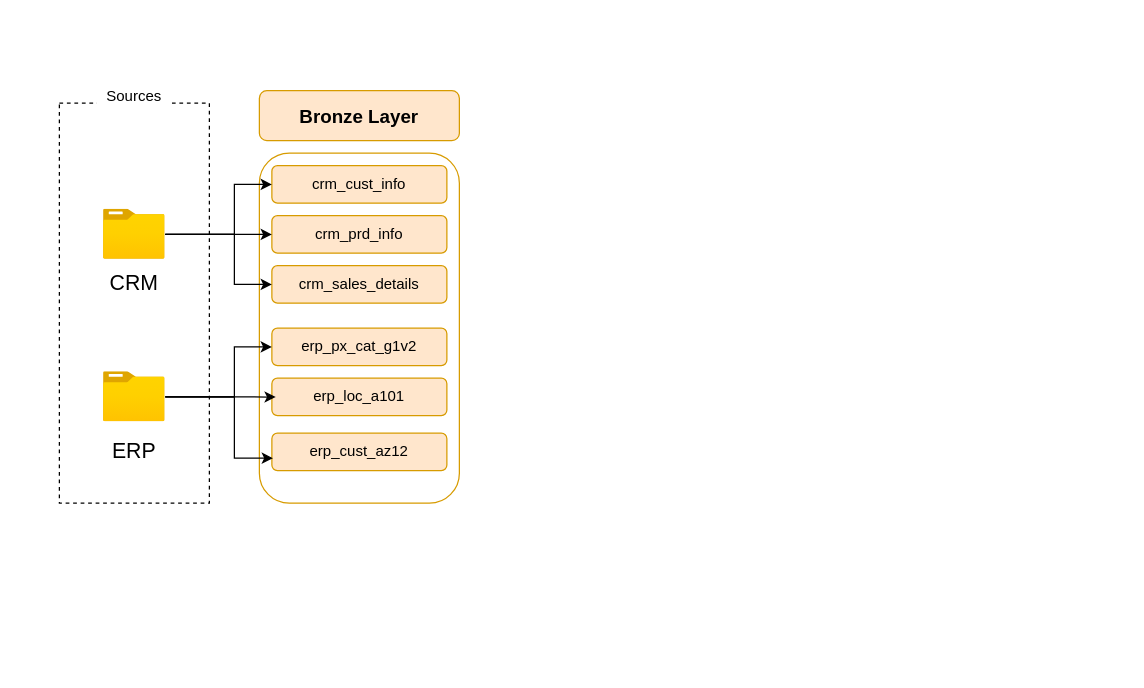
The draw.io diagram docs/Data flow.drawio in IMAD-0/Data-Warehouse-Project, before the edit. Source tidied: cells renumbered, new cells numbered last; positions are measured from the earlier drawing's top-left corner, leaving out a move shared by most shapes. Both pictures are drawn from the tidied source at 125%, with x=0, y=0 at pixel (59, 78).
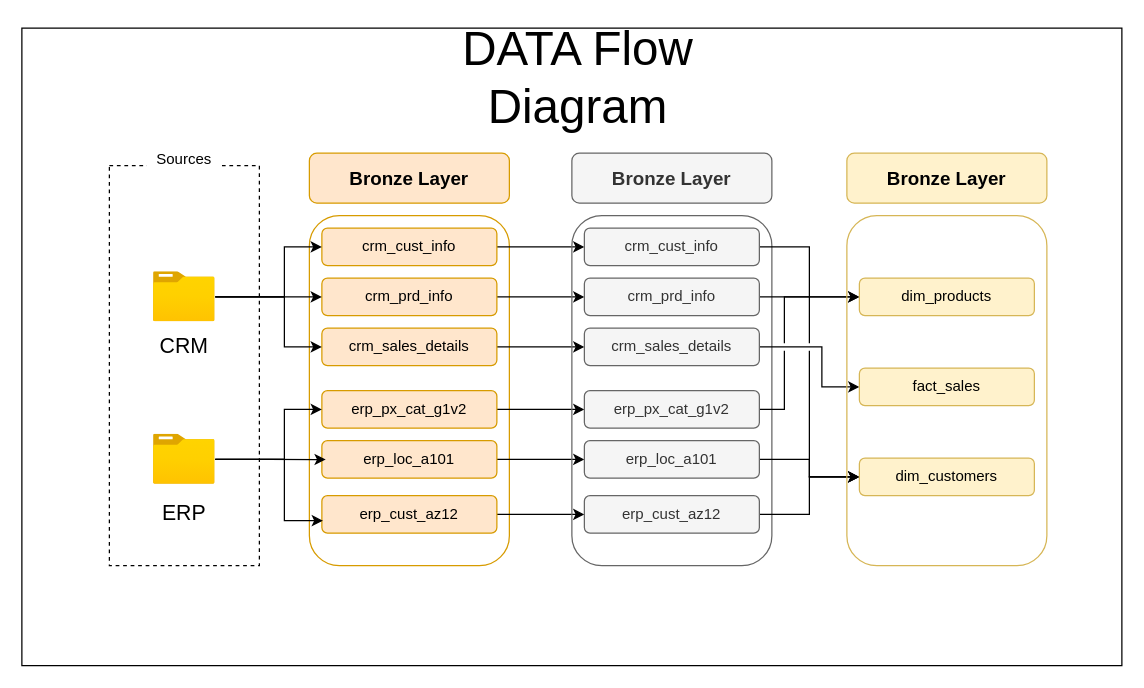
Above is the later version.

Commit message (it also covers changes not shown here):
Upload Gold Layer

Diff of the diagram source:
```diff
@@
+    <mxCell id="22" value="DATA Flow Diagram" style="text;html=1;whiteSpace=wrap;strokeColor=none;fillColor=none;align=center;verticalAlign=middle;rounded=0;fontSize=38;fontFamily=Sakkal Majalla;" parent="1" vertex="1">
+      <mxGeometry x="285" y="-20" width="260" height="40" as="geometry" />
+    </mxCell>
+    <mxCell id="23" style="group;" parent="1" vertex="1">
+      <mxGeometry x="40" y="50" width="750" height="340" as="geometry" />
+    </mxCell>
-    <mxCell id="2" style="rounded=0;whiteSpace=wrap;html=1;dashed=1;fillColor=none;" parent="1" vertex="1">
+    <mxCell id="2" style="rounded=0;whiteSpace=wrap;html=1;dashed=1;fillColor=none;" parent="23" vertex="1">
       <mxGeometry y="20" width="120" height="320" as="geometry" />
     </mxCell>
-    <mxCell id="3" value="Sources" style="text;html=1;whiteSpace=wrap;strokeColor=none;fillColor=default;align=center;verticalAlign=middle;rounded=0;" parent="1" vertex="1">
+    <mxCell id="3" value="Sources" style="text;html=1;whiteSpace=wrap;strokeColor=none;fillColor=default;align=center;verticalAlign=middle;rounded=0;" parent="23" vertex="1">
       <mxGeometry x="30" width="60" height="30" as="geometry" />
     </mxCell>
-    <mxCell id="4" style="rounded=1;whiteSpace=wrap;html=1;fillColor=none;strokeColor=#d79b00;" parent="1" vertex="1">
+    <mxCell id="4" style="rounded=1;whiteSpace=wrap;html=1;fillColor=none;strokeColor=#d79b00;" parent="23" vertex="1">
       <mxGeometry x="160" y="60" width="160" height="280" as="geometry" />
     </mxCell>
-    <mxCell id="5" value="Bronze Layer" style="rounded=1;whiteSpace=wrap;html=1;fillColor=#ffe6cc;strokeColor=#d79b00;fontSize=15;fontStyle=1;" parent="1" vertex="1">
+    <mxCell id="5" value="Bronze Layer" style="rounded=1;whiteSpace=wrap;html=1;fillColor=#ffe6cc;strokeColor=#d79b00;fontSize=15;fontStyle=1;" parent="23" vertex="1">
       <mxGeometry x="160" y="10" width="160" height="40" as="geometry" />
     </mxCell>
+    <mxCell id="24" style="edgeStyle=orthogonalEdgeStyle;rounded=0;jettySize=auto;html=1;entryX=0;entryY=0.5;entryDx=0;entryDy=0;" parent="23" edge="1" source="6" target="33">
+      <mxGeometry relative="1" as="geometry" />
+    </mxCell>
-    <mxCell id="6" value="crm_sales_details" style="rounded=1;whiteSpace=wrap;html=1;fillColor=#ffe6cc;strokeColor=#d79b00;fontSize=12;fontStyle=0;" parent="1" vertex="1">
+    <mxCell id="6" value="crm_sales_details" style="rounded=1;whiteSpace=wrap;html=1;fillColor=#ffe6cc;strokeColor=#d79b00;fontSize=12;fontStyle=0;" parent="23" vertex="1">
       <mxGeometry x="170" y="150" width="140" height="30" as="geometry" />
     </mxCell>
+    <mxCell id="25" style="edgeStyle=orthogonalEdgeStyle;rounded=0;jettySize=auto;html=1;entryX=0;entryY=0.5;entryDx=0;entryDy=0;" parent="23" edge="1" source="7" target="35">
+      <mxGeometry relative="1" as="geometry" />
+    </mxCell>
-    <mxCell id="7" value="erp_cust_az12" style="rounded=1;whiteSpace=wrap;html=1;fillColor=#ffe6cc;strokeColor=#d79b00;fontSize=12;fontStyle=0;" parent="1" vertex="1">
+    <mxCell id="7" value="erp_cust_az12" style="rounded=1;whiteSpace=wrap;html=1;fillColor=#ffe6cc;strokeColor=#d79b00;fontSize=12;fontStyle=0;" parent="23" vertex="1">
       <mxGeometry x="170" y="284" width="140" height="30" as="geometry" />
     </mxCell>
+    <mxCell id="26" style="edgeStyle=orthogonalEdgeStyle;rounded=0;jettySize=auto;html=1;entryX=0;entryY=0.5;entryDx=0;entryDy=0;" parent="23" edge="1" source="8" target="37">
+      <mxGeometry relative="1" as="geometry" />
+    </mxCell>
-    <mxCell id="8" value="erp_loc_a101" style="rounded=1;whiteSpace=wrap;html=1;fillColor=#ffe6cc;strokeColor=#d79b00;fontSize=12;fontStyle=0;" parent="1" vertex="1">
+    <mxCell id="8" value="erp_loc_a101" style="rounded=1;whiteSpace=wrap;html=1;fillColor=#ffe6cc;strokeColor=#d79b00;fontSize=12;fontStyle=0;" parent="23" vertex="1">
       <mxGeometry x="170" y="240" width="140" height="30" as="geometry" />
     </mxCell>
+    <mxCell id="27" style="edgeStyle=orthogonalEdgeStyle;rounded=0;jettySize=auto;html=1;entryX=0;entryY=0.5;entryDx=0;entryDy=0;" parent="23" edge="1" source="9" target="39">
+      <mxGeometry relative="1" as="geometry" />
+    </mxCell>
-    <mxCell id="9" value="erp_px_cat_g1v2" style="rounded=1;whiteSpace=wrap;html=1;fillColor=#ffe6cc;strokeColor=#d79b00;fontSize=12;fontStyle=0;" parent="1" vertex="1">
+    <mxCell id="9" value="erp_px_cat_g1v2" style="rounded=1;whiteSpace=wrap;html=1;fillColor=#ffe6cc;strokeColor=#d79b00;fontSize=12;fontStyle=0;" parent="23" vertex="1">
       <mxGeometry x="170" y="200" width="140" height="30" as="geometry" />
     </mxCell>
+    <mxCell id="28" style="edgeStyle=orthogonalEdgeStyle;rounded=0;jettySize=auto;html=1;entryX=0;entryY=0.5;entryDx=0;entryDy=0;" parent="23" edge="1" source="10" target="41">
+      <mxGeometry relative="1" as="geometry" />
+    </mxCell>
-    <mxCell id="10" value="crm_prd_info" style="rounded=1;whiteSpace=wrap;html=1;fillColor=#ffe6cc;strokeColor=#d79b00;fontSize=12;fontStyle=0;" parent="1" vertex="1">
+    <mxCell id="10" value="crm_prd_info" style="rounded=1;whiteSpace=wrap;html=1;fillColor=#ffe6cc;strokeColor=#d79b00;fontSize=12;fontStyle=0;" parent="23" vertex="1">
       <mxGeometry x="170" y="110" width="140" height="30" as="geometry" />
     </mxCell>
+    <mxCell id="29" style="edgeStyle=orthogonalEdgeStyle;rounded=0;jettySize=auto;html=1;" parent="23" edge="1" source="11" target="43">
+      <mxGeometry relative="1" as="geometry" />
+    </mxCell>
-    <mxCell id="11" value="crm_cust_info" style="rounded=1;whiteSpace=wrap;html=1;fillColor=#ffe6cc;strokeColor=#d79b00;fontSize=12;fontStyle=0;" parent="1" vertex="1">
+    <mxCell id="11" value="crm_cust_info" style="rounded=1;whiteSpace=wrap;html=1;fillColor=#ffe6cc;strokeColor=#d79b00;fontSize=12;fontStyle=0;" parent="23" vertex="1">
       <mxGeometry x="170" y="70" width="140" height="30" as="geometry" />
     </mxCell>
-    <mxCell id="12" style="edgeStyle=orthogonalEdgeStyle;rounded=0;jettySize=auto;html=1;" parent="1" edge="1" source="15" target="11">
+    <mxCell id="12" style="edgeStyle=orthogonalEdgeStyle;rounded=0;jettySize=auto;html=1;" parent="23" edge="1" source="15" target="11">
       <mxGeometry relative="1" as="geometry">
         <Array as="points">
           <mxPoint x="140" y="125" />
           <mxPoint x="140" y="85" />
         </Array>
       </mxGeometry>
     </mxCell>
-    <mxCell id="13" style="edgeStyle=orthogonalEdgeStyle;rounded=0;jettySize=auto;html=1;entryX=0;entryY=0.5;entryDx=0;entryDy=0;" parent="1" edge="1" source="15" target="10">
+    <mxCell id="13" style="edgeStyle=orthogonalEdgeStyle;rounded=0;jettySize=auto;html=1;entryX=0;entryY=0.5;entryDx=0;entryDy=0;" parent="23" edge="1" source="15" target="10">
       <mxGeometry relative="1" as="geometry" />
     </mxCell>
-    <mxCell id="14" style="edgeStyle=orthogonalEdgeStyle;rounded=0;jettySize=auto;html=1;entryX=0;entryY=0.5;entryDx=0;entryDy=0;" parent="1" edge="1" source="15" target="6">
+    <mxCell id="14" style="edgeStyle=orthogonalEdgeStyle;rounded=0;jettySize=auto;html=1;entryX=0;entryY=0.5;entryDx=0;entryDy=0;" parent="23" edge="1" source="15" target="6">
       <mxGeometry relative="1" as="geometry">
         <Array as="points">
           <mxPoint x="140" y="125" />
           <mxPoint x="140" y="165" />
         </Array>
       </mxGeometry>
     </mxCell>
-    <mxCell id="15" style="image;html=1;points=[];align=center;fontSize=12;image=img/lib/azure2/general/Folder_Blank.svg;" parent="1" vertex="1">
+    <mxCell id="15" style="image;html=1;points=[];align=center;fontSize=12;image=img/lib/azure2/general/Folder_Blank.svg;" parent="23" vertex="1">
       <mxGeometry x="35.4" y="105" width="49.3" height="40" as="geometry" />
     </mxCell>
-    <mxCell id="16" value="CRM" style="text;html=1;whiteSpace=wrap;strokeColor=none;fillColor=none;align=center;verticalAlign=middle;rounded=0;fontSize=17;" parent="1" vertex="1">
+    <mxCell id="16" value="CRM" style="text;html=1;whiteSpace=wrap;strokeColor=none;fillColor=none;align=center;verticalAlign=middle;rounded=0;fontSize=17;" parent="23" vertex="1">
       <mxGeometry x="30" y="150" width="60" height="30" as="geometry" />
     </mxCell>
-    <mxCell id="17" style="edgeStyle=orthogonalEdgeStyle;rounded=0;jettySize=auto;html=1;entryX=0;entryY=0.5;entryDx=0;entryDy=0;" parent="1" edge="1" source="18" target="9">
+    <mxCell id="17" style="edgeStyle=orthogonalEdgeStyle;rounded=0;jettySize=auto;html=1;entryX=0;entryY=0.5;entryDx=0;entryDy=0;" parent="23" edge="1" source="18" target="9">
       <mxGeometry relative="1" as="geometry">
         <Array as="points">
           <mxPoint x="140" y="255" />
           <mxPoint x="140" y="215" />
         </Array>
       </mxGeometry>
     </mxCell>
-    <mxCell id="18" style="image;html=1;points=[];align=center;fontSize=12;image=img/lib/azure2/general/Folder_Blank.svg;" parent="1" vertex="1">
+    <mxCell id="18" style="image;html=1;points=[];align=center;fontSize=12;image=img/lib/azure2/general/Folder_Blank.svg;" parent="23" vertex="1">
       <mxGeometry x="35.4" y="235" width="49.3" height="40" as="geometry" />
     </mxCell>
-    <mxCell id="19" value="ERP" style="text;html=1;whiteSpace=wrap;strokeColor=none;fillColor=none;align=center;verticalAlign=middle;rounded=0;fontSize=17;" parent="1" vertex="1">
+    <mxCell id="19" value="ERP" style="text;html=1;whiteSpace=wrap;strokeColor=none;fillColor=none;align=center;verticalAlign=middle;rounded=0;fontSize=17;" parent="23" vertex="1">
       <mxGeometry x="30" y="284" width="60" height="30" as="geometry" />
     </mxCell>
-    <mxCell id="20" style="edgeStyle=orthogonalEdgeStyle;rounded=0;jettySize=auto;html=1;entryX=0.022;entryY=0.504;entryDx=0;entryDy=0;entryPerimeter=0;" parent="1" edge="1" source="18" target="8">
+    <mxCell id="20" style="edgeStyle=orthogonalEdgeStyle;rounded=0;jettySize=auto;html=1;entryX=0.022;entryY=0.504;entryDx=0;entryDy=0;entryPerimeter=0;" parent="23" edge="1" source="18" target="8">
       <mxGeometry relative="1" as="geometry" />
     </mxCell>
-    <mxCell id="21" style="edgeStyle=orthogonalEdgeStyle;rounded=0;jettySize=auto;html=1;entryX=0.006;entryY=0.667;entryDx=0;entryDy=0;entryPerimeter=0;" parent="1" edge="1" source="18" target="7">
+    <mxCell id="21" style="edgeStyle=orthogonalEdgeStyle;rounded=0;jettySize=auto;html=1;entryX=0.006;entryY=0.667;entryDx=0;entryDy=0;entryPerimeter=0;" parent="23" edge="1" source="18" target="7">
       <mxGeometry relative="1" as="geometry">
         <Array as="points">
           <mxPoint x="140" y="255" />
           <mxPoint x="140" y="304" />
         </Array>
       </mxGeometry>
     </mxCell>
+    <mxCell id="30" style="rounded=1;whiteSpace=wrap;html=1;fillColor=none;strokeColor=#666666;fontColor=#333333;" parent="23" vertex="1">
+      <mxGeometry x="370" y="60" width="160" height="280" as="geometry" />
+    </mxCell>
+    <mxCell id="31" value="Bronze Layer" style="rounded=1;whiteSpace=wrap;html=1;fillColor=#f5f5f5;strokeColor=#666666;fontSize=15;fontStyle=1;fontColor=#333333;" parent="23" vertex="1">
+      <mxGeometry x="370" y="10" width="160" height="40" as="geometry" />
+    </mxCell>
+    <mxCell id="32" style="edgeStyle=orthogonalEdgeStyle;rounded=0;jettySize=auto;html=1;entryX=0;entryY=0.5;entryDx=0;entryDy=0;jumpStyle=gap;" parent="23" edge="1" source="33" target="46">
+      <mxGeometry relative="1" as="geometry">
+        <Array as="points">
+          <mxPoint x="570" y="165" />
+          <mxPoint x="570" y="197" />
+        </Array>
+      </mxGeometry>
+    </mxCell>
+    <mxCell id="33" value="crm_sales_details" style="rounded=1;whiteSpace=wrap;html=1;fillColor=#f5f5f5;strokeColor=#666666;fontSize=12;fontStyle=0;fontColor=#333333;" parent="23" vertex="1">
+      <mxGeometry x="380" y="150" width="140" height="30" as="geometry" />
+    </mxCell>
+    <mxCell id="34" style="edgeStyle=orthogonalEdgeStyle;rounded=0;jettySize=auto;html=1;entryX=0;entryY=0.5;entryDx=0;entryDy=0;jumpStyle=gap;" parent="23" edge="1" source="35" target="48">
+      <mxGeometry relative="1" as="geometry" />
+    </mxCell>
+    <mxCell id="35" value="erp_cust_az12" style="rounded=1;whiteSpace=wrap;html=1;fillColor=#f5f5f5;strokeColor=#666666;fontSize=12;fontStyle=0;fontColor=#333333;" parent="23" vertex="1">
+      <mxGeometry x="380" y="284" width="140" height="30" as="geometry" />
+    </mxCell>
+    <mxCell id="36" style="edgeStyle=orthogonalEdgeStyle;rounded=0;jettySize=auto;html=1;entryX=0;entryY=0.5;entryDx=0;entryDy=0;jumpStyle=gap;" parent="23" edge="1" source="37" target="48">
+      <mxGeometry relative="1" as="geometry" />
+    </mxCell>
+    <mxCell id="37" value="erp_loc_a101" style="rounded=1;whiteSpace=wrap;html=1;fillColor=#f5f5f5;strokeColor=#666666;fontSize=12;fontStyle=0;fontColor=#333333;" parent="23" vertex="1">
+      <mxGeometry x="380" y="240" width="140" height="30" as="geometry" />
+    </mxCell>
+    <mxCell id="38" style="edgeStyle=orthogonalEdgeStyle;rounded=0;jettySize=auto;html=1;entryX=0;entryY=0.5;entryDx=0;entryDy=0;jumpStyle=gap;" parent="23" edge="1" source="39" target="47">
+      <mxGeometry x="-0.08" relative="1" as="geometry">
+        <Array as="points">
+          <mxPoint x="540" y="215" />
+          <mxPoint x="540" y="125" />
+        </Array>
+      </mxGeometry>
+    </mxCell>
+    <mxCell id="39" value="erp_px_cat_g1v2" style="rounded=1;whiteSpace=wrap;html=1;fillColor=#f5f5f5;strokeColor=#666666;fontSize=12;fontStyle=0;fontColor=#333333;" parent="23" vertex="1">
+      <mxGeometry x="380" y="200" width="140" height="30" as="geometry" />
+    </mxCell>
+    <mxCell id="40" style="edgeStyle=orthogonalEdgeStyle;rounded=0;jettySize=auto;html=1;entryX=0;entryY=0.5;entryDx=0;entryDy=0;jumpStyle=gap;" parent="23" edge="1" source="41" target="47">
+      <mxGeometry relative="1" as="geometry" />
+    </mxCell>
+    <mxCell id="41" value="crm_prd_info" style="rounded=1;whiteSpace=wrap;html=1;fillColor=#f5f5f5;strokeColor=#666666;fontSize=12;fontStyle=0;fontColor=#333333;" parent="23" vertex="1">
+      <mxGeometry x="380" y="110" width="140" height="30" as="geometry" />
+    </mxCell>
+    <mxCell id="42" style="edgeStyle=orthogonalEdgeStyle;rounded=0;jettySize=auto;html=1;entryX=0;entryY=0.5;entryDx=0;entryDy=0;jumpStyle=gap;" parent="23" edge="1" source="43" target="48">
+      <mxGeometry relative="1" as="geometry" />
+    </mxCell>
+    <mxCell id="43" value="crm_cust_info" style="rounded=1;whiteSpace=wrap;html=1;fillColor=#f5f5f5;strokeColor=#666666;fontSize=12;fontStyle=0;fontColor=#333333;" parent="23" vertex="1">
+      <mxGeometry x="380" y="70" width="140" height="30" as="geometry" />
+    </mxCell>
+    <mxCell id="44" style="rounded=1;whiteSpace=wrap;html=1;fillColor=none;strokeColor=#d6b656;" parent="23" vertex="1">
+      <mxGeometry x="590" y="60" width="160" height="280" as="geometry" />
+    </mxCell>
+    <mxCell id="45" value="Bronze Layer" style="rounded=1;whiteSpace=wrap;html=1;fillColor=#fff2cc;strokeColor=#d6b656;fontSize=15;fontStyle=1;" parent="23" vertex="1">
+      <mxGeometry x="590" y="10" width="160" height="40" as="geometry" />
+    </mxCell>
+    <mxCell id="46" value="fact_sales" style="rounded=1;whiteSpace=wrap;html=1;fillColor=#fff2cc;strokeColor=#d6b656;fontSize=12;fontStyle=0;" parent="23" vertex="1">
+      <mxGeometry x="600" y="182" width="140" height="30" as="geometry" />
+    </mxCell>
+    <mxCell id="47" value="dim_products" style="rounded=1;whiteSpace=wrap;html=1;fillColor=#fff2cc;strokeColor=#d6b656;fontSize=12;fontStyle=0;" parent="23" vertex="1">
+      <mxGeometry x="600" y="110" width="140" height="30" as="geometry" />
+    </mxCell>
+    <mxCell id="48" value="dim_customers" style="rounded=1;whiteSpace=wrap;html=1;fillColor=#fff2cc;strokeColor=#d6b656;fontSize=12;fontStyle=0;" parent="23" vertex="1">
+      <mxGeometry x="600" y="254" width="140" height="30" as="geometry" />
+    </mxCell>
+    <mxCell id="49" style="rounded=0;whiteSpace=wrap;html=1;fillColor=none;" parent="1" vertex="1">
+      <mxGeometry x="-30" y="-40" width="880" height="510" as="geometry" />
+    </mxCell>
```
